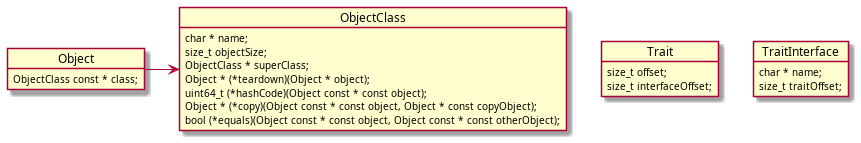
alexmarincu/Cbject keeps this PlantUML diagram as docs/media/diag-building-blocks.png. Above is the earlier version.
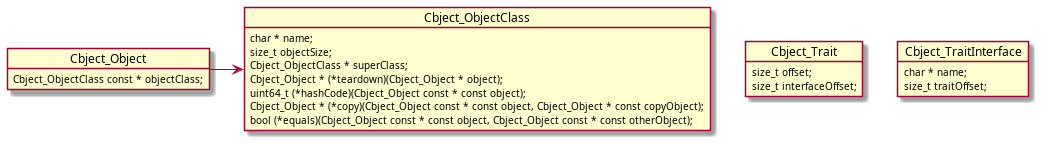
After the change.

The edit, as a diff of the source:
```diff
@@ -1,23 +1,23 @@
 @startuml
-object Object {
-    ObjectClass const * class;
+object Cbject_Object {
+    Cbject_ObjectClass const * objectClass;
 }
-object ObjectClass {
+object Cbject_ObjectClass {
     char * name;
     size_t objectSize;
-    ObjectClass * superClass;
-    Object * (*teardown)(Object * object);
-    uint64_t (*hashCode)(Object const * const object);
-    Object * (*copy)(Object const * const object, Object * const copyObject);
-    bool (*equals)(Object const * const object, Object const * const otherObject);
+    Cbject_ObjectClass * superClass;
+    Cbject_Object * (*teardown)(Cbject_Object * object);
+    uint64_t (*hashCode)(Cbject_Object const * const object);
+    Cbject_Object * (*copy)(Cbject_Object const * const object, Cbject_Object * const copyObject);
+    bool (*equals)(Cbject_Object const * const object, Cbject_Object const * const otherObject);
 }
-object Trait {
+object Cbject_Trait {
     size_t offset;
     size_t interfaceOffset;
 }
-object TraitInterface {
+object Cbject_TraitInterface {
     char * name;
     size_t traitOffset;
 }
-Object -r-> ObjectClass
+Cbject_Object -r-> Cbject_ObjectClass
 @enduml
```
